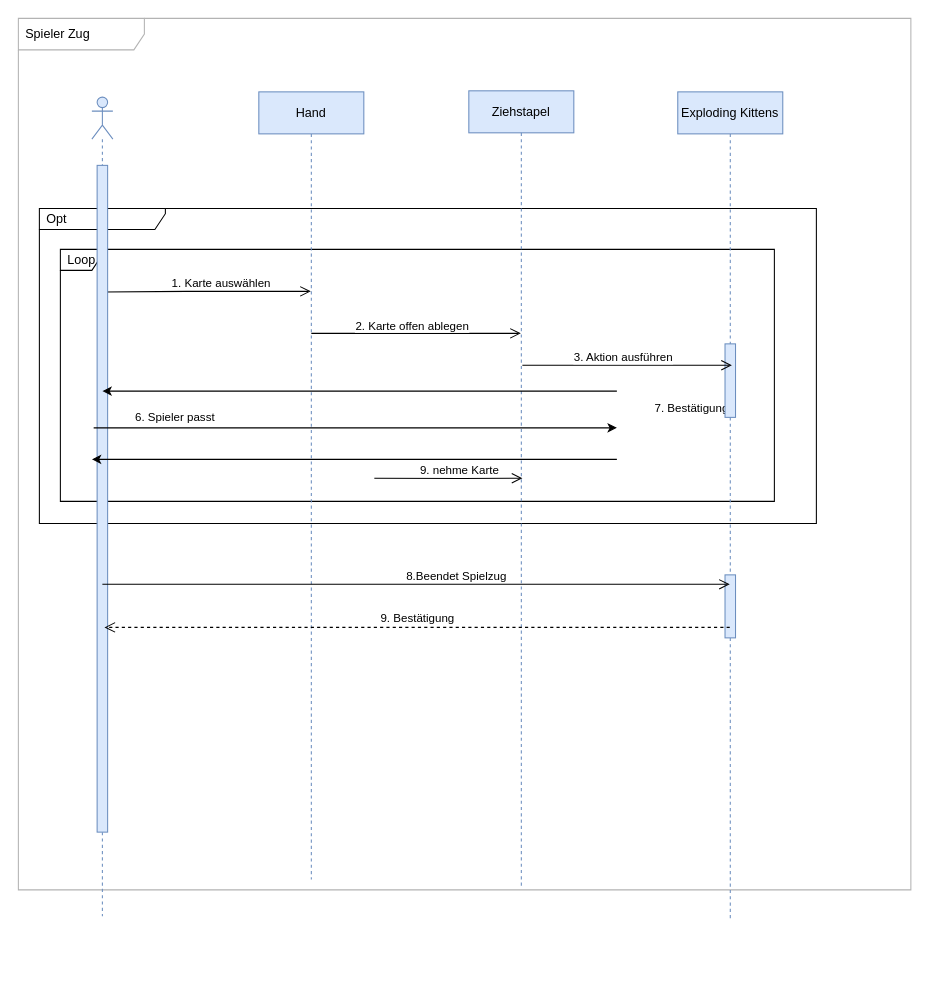
Before: sequence_diagram/diagram/workspace/sequence.drawio in anuerk/se_exploding_kittens, a draw.io diagram. Source tidied: cells renumbered, new cells numbered last; positions are measured from the earlier drawing's top-left corner, leaving out a move shared by most shapes. Both pictures are drawn from the tidied source at 105%, with x=0, y=0 at pixel (18, 18).
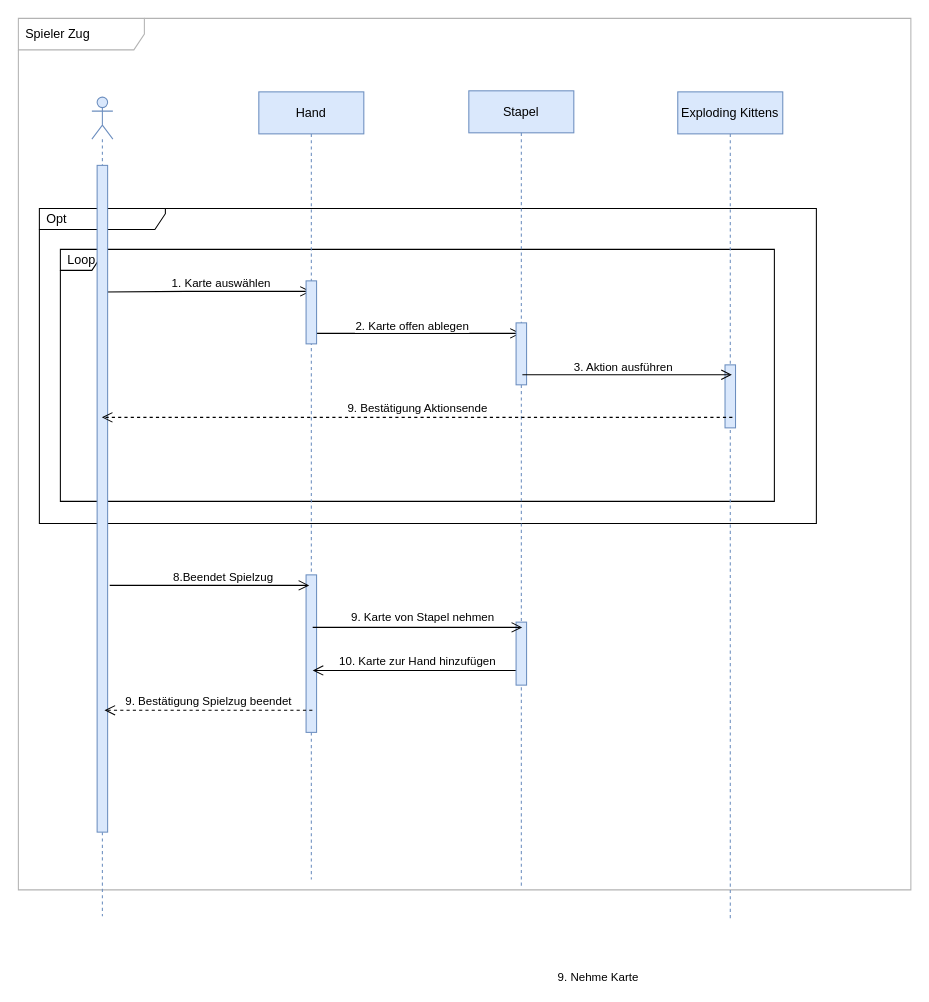
The same diagram, later.

The change refers to these unchanged cells:
```xml
<mxCell id="7" value="Hand" style="shape=umlLifeline;perimeter=lifelinePerimeter;whiteSpace=wrap;html=1;outlineConnect=0;rounded=0;labelBackgroundColor=none;fillColor=#dae8fc;strokeColor=#6c8ebf;" parent="1" vertex="1">
  <mxGeometry x="229" y="70" width="100" height="750" as="geometry" />
</mxCell>
<mxCell id="13" value="Exploding Kittens" style="shape=umlLifeline;perimeter=lifelinePerimeter;whiteSpace=wrap;html=1;outlineConnect=0;rounded=0;labelBackgroundColor=none;fillColor=#dae8fc;strokeColor=#6c8ebf;" parent="1" vertex="1">
  <mxGeometry x="628" y="70" width="100" height="790" as="geometry" />
</mxCell>
<mxCell id="17" style="shape=umlLifeline;participant=umlActor;perimeter=lifelinePerimeter;whiteSpace=wrap;html=1;verticalAlign=top;spacingTop=36;outlineConnect=0;rounded=0;labelBackgroundColor=none;strokeColor=#6c8ebf;fillColor=#dae8fc;" parent="1" vertex="1">
  <mxGeometry x="70" y="75" width="20" height="780" as="geometry" />
</mxCell>
```

The edit, as a diff of the source:
```diff
@@
+    <mxCell id="28" style="rounded=0;whiteSpace=wrap;html=1;labelBackgroundColor=none;strokeColor=#6c8ebf;fillColor=#dae8fc;" parent="7" vertex="1">
+      <mxGeometry x="45" y="180" width="10" height="60" as="geometry" />
+    </mxCell>
+    <mxCell id="29" style="rounded=0;whiteSpace=wrap;html=1;labelBackgroundColor=none;strokeColor=#6c8ebf;fillColor=#dae8fc;" parent="7" vertex="1">
+      <mxGeometry x="45" y="460" width="10" height="150" as="geometry" />
+    </mxCell>
-    <mxCell id="10" value="Ziehstapel" style="shape=umlLifeline;perimeter=lifelinePerimeter;whiteSpace=wrap;html=1;outlineConnect=0;rounded=0;labelBackgroundColor=none;fillColor=#dae8fc;strokeColor=#6c8ebf;" parent="1" vertex="1">
+    <mxCell id="10" value="Stapel" style="shape=umlLifeline;perimeter=lifelinePerimeter;whiteSpace=wrap;html=1;outlineConnect=0;rounded=0;labelBackgroundColor=none;fillColor=#dae8fc;strokeColor=#6c8ebf;" parent="1" vertex="1">
       <mxGeometry x="429" y="69" width="100" height="760" as="geometry" />
     </mxCell>
-    <mxCell id="11" style="endArrow=open;startArrow=none;endFill=0;startFill=0;endSize=8;html=1;verticalAlign=bottom;labelBackgroundColor=none;strokeWidth=1;rounded=0;" parent="10" edge="1">
-      <mxGeometry relative="1" as="geometry">
-        <mxPoint x="-90" y="369" as="sourcePoint" />
-        <mxPoint x="51" y="369" as="targetPoint" />
-        <Array as="points">
-          <mxPoint x="-5.8" y="369.2" />
-        </Array>
-      </mxGeometry>
-    </mxCell>
-    <mxCell id="12" value="9. nehme Karte" style="edgeLabel;html=1;align=center;verticalAlign=middle;" parent="11" vertex="1">
-      <mxGeometry x="0.12" y="9" relative="1" as="geometry">
-        <mxPoint x="1" as="offset" />
-      </mxGeometry>
-    </mxCell>
+    <mxCell id="30" style="rounded=0;whiteSpace=wrap;html=1;labelBackgroundColor=none;strokeColor=#6c8ebf;fillColor=#dae8fc;" parent="10" vertex="1">
+      <mxGeometry x="45" y="221" width="10" height="59" as="geometry" />
+    </mxCell>
+    <mxCell id="31" style="endArrow=open;html=1;rounded=0;verticalAlign=bottom;strokeWidth=1;labelBackgroundColor=none;endFill=0;endSize=8;startFill=0;" parent="10" edge="1">
+      <mxGeometry relative="1" as="geometry">
+        <mxPoint x="50.8" y="552" as="sourcePoint" />
+        <mxPoint x="-148.7" y="552" as="targetPoint" />
+        <Array as="points">
+          <mxPoint x="-88.1" y="552" />
+        </Array>
+      </mxGeometry>
+    </mxCell>
+    <mxCell id="32" value="10. Karte zur Hand hinzufügen" style="edgeLabel;html=1;align=center;verticalAlign=middle;" parent="31" vertex="1">
+      <mxGeometry x="-0.34" y="4" relative="1" as="geometry">
+        <mxPoint x="-34" y="-14" as="offset" />
+      </mxGeometry>
+    </mxCell>
+    <mxCell id="33" style="rounded=0;whiteSpace=wrap;html=1;labelBackgroundColor=none;strokeColor=#6c8ebf;fillColor=#dae8fc;" parent="10" vertex="1">
+      <mxGeometry x="45" y="506" width="10" height="60" as="geometry" />
+    </mxCell>
@@
-    <mxCell id="14" value="7. Bestätigung" style="edgeLabel;html=1;align=center;verticalAlign=middle;" parent="13" vertex="1">
-      <mxGeometry x="6" y="300" as="geometry">
-        <mxPoint x="6" as="offset" />
-      </mxGeometry>
-    </mxCell>
     <mxCell id="15" style="rounded=0;whiteSpace=wrap;html=1;labelBackgroundColor=none;strokeColor=#6c8ebf;fillColor=#dae8fc;" parent="13" vertex="1">
-      <mxGeometry x="45" y="240" width="10" height="70" as="geometry" />
+      <mxGeometry x="45" y="260" width="10" height="60" as="geometry" />
     </mxCell>
-    <mxCell id="16" style="rounded=0;whiteSpace=wrap;html=1;labelBackgroundColor=none;strokeColor=#6c8ebf;fillColor=#dae8fc;" parent="13" vertex="1">
-      <mxGeometry x="45" y="460" width="10" height="60" as="geometry" />
-    </mxCell>
@@
-    <mxCell id="19" style="endArrow=classic;html=1;rounded=0;" parent="1" edge="1">
-      <mxGeometry relative="1" as="geometry">
-        <mxPoint x="71.7" y="390" as="sourcePoint" />
-        <mxPoint x="570" y="390" as="targetPoint" />
-      </mxGeometry>
-    </mxCell>
-    <mxCell id="20" value="6. Spieler passt" style="edgeLabel;html=1;align=center;verticalAlign=middle;" parent="19" vertex="1">
-      <mxGeometry x="0.39" y="-7" relative="1" as="geometry">
-        <mxPoint x="-269" y="-18" as="offset" />
-      </mxGeometry>
-    </mxCell>
-    <mxCell id="21" style="endArrow=classic;html=1;rounded=0;" parent="1" edge="1">
-      <mxGeometry relative="1" as="geometry">
-        <mxPoint x="260" y="420" as="sourcePoint" />
-        <mxPoint x="70" y="420" as="targetPoint" />
-        <Array as="points">
-          <mxPoint x="570" y="420" />
-        </Array>
-      </mxGeometry>
-    </mxCell>
-    <mxCell id="22" style="endArrow=open;startArrow=none;endFill=0;startFill=0;endSize=8;html=1;verticalAlign=bottom;labelBackgroundColor=none;strokeWidth=1;rounded=0;" parent="1" edge="1" target="13">
+    <mxCell id="22" style="endArrow=open;startArrow=none;endFill=0;startFill=0;endSize=8;html=1;verticalAlign=bottom;labelBackgroundColor=none;strokeWidth=1;rounded=0;" parent="1" edge="1">
       <mxGeometry relative="1" as="geometry">
-        <mxPoint x="80" y="539" as="sourcePoint" />
+        <mxPoint x="87" y="540" as="sourcePoint" />
+        <mxPoint x="277" y="540" as="targetPoint" />
         <Array as="points">
-          <mxPoint x="170.3" y="539" />
+          <mxPoint x="177.3" y="540" />
         </Array>
       </mxGeometry>
     </mxCell>
@@
-    <mxCell id="24" style="endArrow=classic;html=1;rounded=0;" parent="1" edge="1">
-      <mxGeometry relative="1" as="geometry">
-        <mxPoint x="260" y="355" as="sourcePoint" />
-        <mxPoint x="80" y="355" as="targetPoint" />
-        <Array as="points">
-          <mxPoint x="570" y="355" />
-        </Array>
-      </mxGeometry>
-    </mxCell>
     <mxCell id="25" style="endArrow=open;html=1;rounded=0;verticalAlign=bottom;strokeWidth=1;labelBackgroundColor=none;endFill=0;endSize=8;startFill=0;" parent="1" edge="1">
       <mxGeometry relative="1" as="geometry">
-        <mxPoint x="480" y="330.4" as="sourcePoint" />
-        <mxPoint x="679.5" y="330.4" as="targetPoint" />
+        <mxPoint x="480" y="339.4" as="sourcePoint" />
+        <mxPoint x="679.5" y="339.4" as="targetPoint" />
         <Array as="points">
-          <mxPoint x="540.7" y="330.4" />
+          <mxPoint x="540.7" y="339.4" />
         </Array>
       </mxGeometry>
     </mxCell>
@@
-    <mxCell id="27" value="9. Bestätigung" style="endArrow=open;startArrow=none;endFill=0;startFill=0;endSize=8;html=1;verticalAlign=bottom;dashed=1;labelBackgroundColor=none;rounded=0;" parent="1" edge="1" source="13">
+    <mxCell id="27" value="9. Bestätigung Spielzug beendet" style="endArrow=open;startArrow=none;endFill=0;startFill=0;endSize=8;html=1;verticalAlign=bottom;dashed=1;labelBackgroundColor=none;rounded=0;" parent="1" edge="1">
       <mxGeometry relative="1" as="geometry">
-        <mxPoint x="82" y="580" as="targetPoint" />
+        <mxPoint x="280" y="659" as="sourcePoint" />
+        <mxPoint x="82" y="659" as="targetPoint" />
       </mxGeometry>
     </mxCell>
+    <mxCell id="34" value="9. Bestätigung Aktionsende" style="endArrow=open;startArrow=none;endFill=0;startFill=0;endSize=8;html=1;verticalAlign=bottom;dashed=1;labelBackgroundColor=none;rounded=0;" parent="1" edge="1" target="17">
+      <mxGeometry relative="1" as="geometry">
+        <mxPoint x="680" y="380" as="sourcePoint" />
+      </mxGeometry>
+    </mxCell>
+    <mxCell id="35" style="endArrow=open;html=1;rounded=0;verticalAlign=bottom;strokeWidth=1;labelBackgroundColor=none;endFill=0;endSize=8;startFill=0;" parent="1" edge="1">
+      <mxGeometry relative="1" as="geometry">
+        <mxPoint x="280.3" y="580" as="sourcePoint" />
+        <mxPoint x="479.8" y="580" as="targetPoint" />
+        <Array as="points">
+          <mxPoint x="340.9" y="580" />
+        </Array>
+      </mxGeometry>
+    </mxCell>
+    <mxCell id="36" value="9. Nehme Karte" style="edgeLabel;html=1;align=center;verticalAlign=middle;" parent="35" vertex="1">
+      <mxGeometry x="-0.34" y="4" relative="1" as="geometry">
+        <mxPoint x="205" y="336" as="offset" />
+      </mxGeometry>
+    </mxCell>
+    <mxCell id="37" value="9. Karte von Stapel nehmen" style="edgeLabel;html=1;align=center;verticalAlign=middle;" parent="35" vertex="1">
+      <mxGeometry x="0.12" y="7" relative="1" as="geometry">
+        <mxPoint x="-8" y="-4" as="offset" />
+      </mxGeometry>
+    </mxCell>
```
